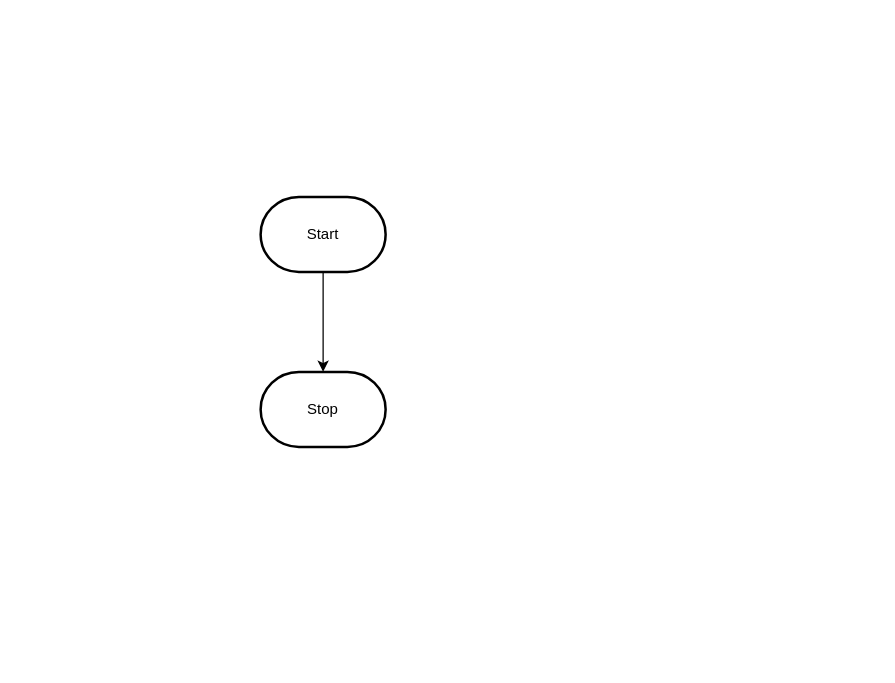
Earlier version of the draw.io diagram design/flowchart.drawio (janet-do/ICS2O-Unit-5-02-janet-do). Source tidied: cells renumbered, new cells numbered last; positions are measured from the earlier drawing's top-left corner, leaving out a move shared by most shapes. Both pictures are drawn from the tidied source at 125%, with x=0, y=0 at pixel (260, 196).
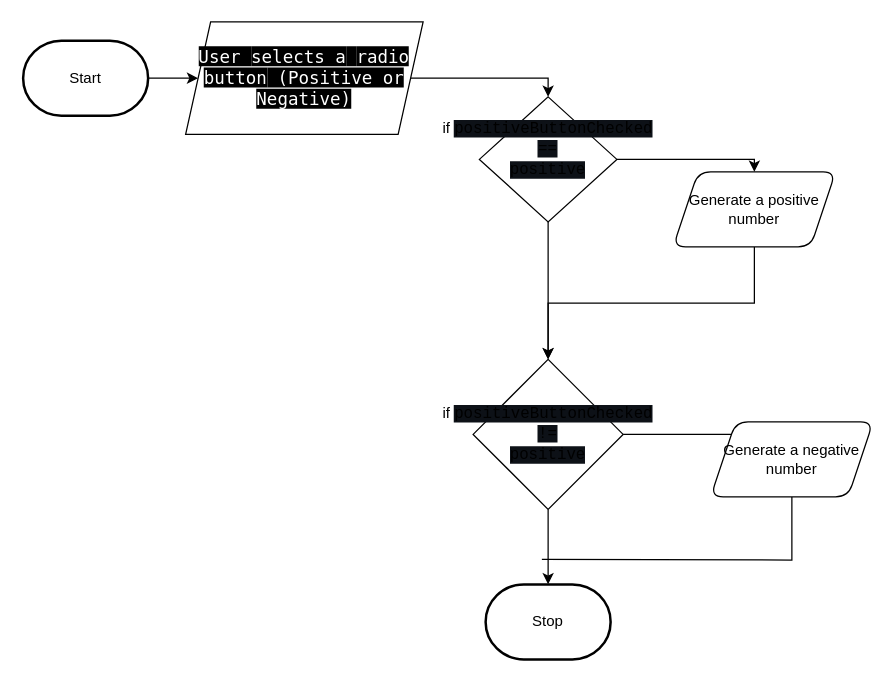
After the change.

The edit, as a diff of the source:
```diff
@@
 <mxGraphModel>
   <root>
     <mxCell id="0" />
     <mxCell id="1" parent="0" />
-    <mxCell id="2" style="edgeStyle=orthogonalEdgeStyle;html=1;rounded=0;" parent="1" edge="1" source="3" target="4">
-      <mxGeometry relative="1" as="geometry" />
-    </mxCell>
+    <mxCell id="5" style="edgeStyle=none;html=1;" parent="1" edge="1" source="3" target="7">
+      <mxGeometry relative="1" as="geometry" />
+    </mxCell>
     <mxCell id="3" value="Start" style="strokeWidth=2;html=1;shape=mxgraph.flowchart.terminator;whiteSpace=wrap;" parent="1" vertex="1">
-      <mxGeometry width="100" height="60" as="geometry" />
+      <mxGeometry x="-190" y="-125" width="100" height="60" as="geometry" />
     </mxCell>
     <mxCell id="4" value="Stop" style="strokeWidth=2;html=1;shape=mxgraph.flowchart.terminator;whiteSpace=wrap;" parent="1" vertex="1">
-      <mxGeometry y="140" width="100" height="60" as="geometry" />
+      <mxGeometry x="180" y="310" width="100" height="60" as="geometry" />
     </mxCell>
+    <mxCell id="6" style="edgeStyle=orthogonalEdgeStyle;shape=connector;html=1;entryX=0.5;entryY=0;entryDx=0;entryDy=0;labelBackgroundColor=default;strokeColor=default;fontFamily=Helvetica;fontSize=11;fontColor=default;endArrow=classic;rounded=0;exitX=1;exitY=0.5;exitDx=0;exitDy=0;" parent="1" edge="1" source="7" target="13">
+      <mxGeometry relative="1" as="geometry" />
+    </mxCell>
+    <mxCell id="7" value="&lt;span style=&quot;border: 0px solid rgb(217, 217, 227); box-sizing: border-box; --tw-border-spacing-x:0; --tw-border-spacing-y:0; --tw-translate-x:0; --tw-translate-y:0; --tw-rotate:0; --tw-skew-x:0; --tw-skew-y:0; --tw-scale-x:1; --tw-scale-y:1; --tw-pan-x: ; --tw-pan-y: ; --tw-pinch-zoom: ; --tw-scroll-snap-strictness:proximity; --tw-ordinal: ; --tw-slashed-zero: ; --tw-numeric-figure: ; --tw-numeric-spacing: ; --tw-numeric-fraction: ; --tw-ring-inset: ; --tw-ring-offset-width:0px; --tw-ring-offset-color:#fff; --tw-ring-color:rgba(59,130,246,0.5); --tw-ring-offset-shadow:0 0 transparent; --tw-ring-shadow:0 0 transparent; --tw-shadow:0 0 transparent; --tw-shadow-colored:0 0 transparent; --tw-blur: ; --tw-brightness: ; --tw-contrast: ; --tw-grayscale: ; --tw-hue-rotate: ; --tw-invert: ; --tw-saturate: ; --tw-sepia: ; --tw-drop-shadow: ; --tw-backdrop-blur: ; --tw-backdrop-brightness: ; --tw-backdrop-contrast: ; --tw-backdrop-grayscale: ; --tw-backdrop-hue-rotate: ; --tw-backdrop-invert: ; --tw-backdrop-opacity: ; --tw-backdrop-saturate: ; --tw-backdrop-sepia: ; color: rgb(255, 255, 255); font-family: &amp;quot;Söhne Mono&amp;quot;, Monaco, &amp;quot;Andale Mono&amp;quot;, &amp;quot;Ubuntu Mono&amp;quot;, monospace; font-size: 14px; text-align: left; background-color: rgb(0, 0, 0);&quot; class=&quot;hljs-selector-tag&quot;&gt;User&lt;/span&gt;&lt;span style=&quot;color: rgb(255, 255, 255); font-family: &amp;quot;Söhne Mono&amp;quot;, Monaco, &amp;quot;Andale Mono&amp;quot;, &amp;quot;Ubuntu Mono&amp;quot;, monospace; font-size: 14px; text-align: left; background-color: rgb(0, 0, 0);&quot;&gt; &lt;/span&gt;&lt;span style=&quot;border: 0px solid rgb(217, 217, 227); box-sizing: border-box; --tw-border-spacing-x:0; --tw-border-spacing-y:0; --tw-translate-x:0; --tw-translate-y:0; --tw-rotate:0; --tw-skew-x:0; --tw-skew-y:0; --tw-scale-x:1; --tw-scale-y:1; --tw-pan-x: ; --tw-pan-y: ; --tw-pinch-zoom: ; --tw-scroll-snap-strictness:proximity; --tw-ordinal: ; --tw-slashed-zero: ; --tw-numeric-figure: ; --tw-numeric-spacing: ; --tw-numeric-fraction: ; --tw-ring-inset: ; --tw-ring-offset-width:0px; --tw-ring-offset-color:#fff; --tw-ring-color:rgba(59,130,246,0.5); --tw-ring-offset-shadow:0 0 transparent; --tw-ring-shadow:0 0 transparent; --tw-shadow:0 0 transparent; --tw-shadow-colored:0 0 transparent; --tw-blur: ; --tw-brightness: ; --tw-contrast: ; --tw-grayscale: ; --tw-hue-rotate: ; --tw-invert: ; --tw-saturate: ; --tw-sepia: ; --tw-drop-shadow: ; --tw-backdrop-blur: ; --tw-backdrop-brightness: ; --tw-backdrop-contrast: ; --tw-backdrop-grayscale: ; --tw-backdrop-hue-rotate: ; --tw-backdrop-invert: ; --tw-backdrop-opacity: ; --tw-backdrop-saturate: ; --tw-backdrop-sepia: ; color: rgb(255, 255, 255); font-family: &amp;quot;Söhne Mono&amp;quot;, Monaco, &amp;quot;Andale Mono&amp;quot;, &amp;quot;Ubuntu Mono&amp;quot;, monospace; font-size: 14px; text-align: left; background-color: rgb(0, 0, 0);&quot; class=&quot;hljs-selector-tag&quot;&gt;selects&lt;/span&gt;&lt;span style=&quot;color: rgb(255, 255, 255); font-family: &amp;quot;Söhne Mono&amp;quot;, Monaco, &amp;quot;Andale Mono&amp;quot;, &amp;quot;Ubuntu Mono&amp;quot;, monospace; font-size: 14px; text-align: left; background-color: rgb(0, 0, 0);&quot;&gt; &lt;/span&gt;&lt;span style=&quot;border: 0px solid rgb(217, 217, 227); box-sizing: border-box; --tw-border-spacing-x:0; --tw-border-spacing-y:0; --tw-translate-x:0; --tw-translate-y:0; --tw-rotate:0; --tw-skew-x:0; --tw-skew-y:0; --tw-scale-x:1; --tw-scale-y:1; --tw-pan-x: ; --tw-pan-y: ; --tw-pinch-zoom: ; --tw-scroll-snap-strictness:proximity; --tw-ordinal: ; --tw-slashed-zero: ; --tw-numeric-figure: ; --tw-numeric-spacing: ; --tw-numeric-fraction: ; --tw-ring-inset: ; --tw-ring-offset-width:0px; --tw-ring-offset-color:#fff; --tw-ring-color:rgba(59,130,246,0.5); --tw-ring-offset-shadow:0 0 transparent; --tw-ring-shadow:0 0 transparent; --tw-shadow:0 0 transparent; --tw-shadow-colored:0 0 transparent; --tw-blur: ; --tw-brightness: ; --tw-contrast: ; --tw-grayscale: ; --tw-hue-rotate: ; --tw-invert: ; --tw-saturate: ; --tw-sepia: ; --tw-drop-shadow: ; --tw-backdrop-blur: ; --tw-backdrop-brightness: ; --tw-backdrop-contrast: ; --tw-backdrop-grayscale: ; --tw-backdrop-hue-rotate: ; --tw-backdrop-invert: ; --tw-backdrop-opacity: ; --tw-backdrop-saturate: ; --tw-backdrop-sepia: ; color: rgb(255, 255, 255); font-family: &amp;quot;Söhne Mono&amp;quot;, Monaco, &amp;quot;Andale Mono&amp;quot;, &amp;quot;Ubuntu Mono&amp;quot;, monospace; font-size: 14px; text-align: left; background-color: rgb(0, 0, 0);&quot; class=&quot;hljs-selector-tag&quot;&gt;a&lt;/span&gt;&lt;span style=&quot;color: rgb(255, 255, 255); font-family: &amp;quot;Söhne Mono&amp;quot;, Monaco, &amp;quot;Andale Mono&amp;quot;, &amp;quot;Ubuntu Mono&amp;quot;, monospace; font-size: 14px; text-align: left; background-color: rgb(0, 0, 0);&quot;&gt; &lt;/span&gt;&lt;span style=&quot;border: 0px solid rgb(217, 217, 227); box-sizing: border-box; --tw-border-spacing-x:0; --tw-border-spacing-y:0; --tw-translate-x:0; --tw-translate-y:0; --tw-rotate:0; --tw-skew-x:0; --tw-skew-y:0; --tw-scale-x:1; --tw-scale-y:1; --tw-pan-x: ; --tw-pan-y: ; --tw-pinch-zoom: ; --tw-scroll-snap-strictness:proximity; --tw-ordinal: ; --tw-slashed-zero: ; --tw-numeric-figure: ; --tw-numeric-spacing: ; --tw-numeric-fraction: ; --tw-ring-inset: ; --tw-ring-offset-width:0px; --tw-ring-offset-color:#fff; --tw-ring-color:rgba(59,130,246,0.5); --tw-ring-offset-shadow:0 0 transparent; --tw-ring-shadow:0 0 transparent; --tw-shadow:0 0 transparent; --tw-shadow-colored:0 0 transparent; --tw-blur: ; --tw-brightness: ; --tw-contrast: ; --tw-grayscale: ; --tw-hue-rotate: ; --tw-invert: ; --tw-saturate: ; --tw-sepia: ; --tw-drop-shadow: ; --tw-backdrop-blur: ; --tw-backdrop-brightness: ; --tw-backdrop-contrast: ; --tw-backdrop-grayscale: ; --tw-backdrop-hue-rotate: ; --tw-backdrop-invert: ; --tw-backdrop-opacity: ; --tw-backdrop-saturate: ; --tw-backdrop-sepia: ; color: rgb(255, 255, 255); font-family: &amp;quot;Söhne Mono&amp;quot;, Monaco, &amp;quot;Andale Mono&amp;quot;, &amp;quot;Ubuntu Mono&amp;quot;, monospace; font-size: 14px; text-align: left; background-color: rgb(0, 0, 0);&quot; class=&quot;hljs-selector-tag&quot;&gt;radio&lt;/span&gt;&lt;span style=&quot;color: rgb(255, 255, 255); font-family: &amp;quot;Söhne Mono&amp;quot;, Monaco, &amp;quot;Andale Mono&amp;quot;, &amp;quot;Ubuntu Mono&amp;quot;, monospace; font-size: 14px; text-align: left; background-color: rgb(0, 0, 0);&quot;&gt; &lt;/span&gt;&lt;span style=&quot;border: 0px solid rgb(217, 217, 227); box-sizing: border-box; --tw-border-spacing-x:0; --tw-border-spacing-y:0; --tw-translate-x:0; --tw-translate-y:0; --tw-rotate:0; --tw-skew-x:0; --tw-skew-y:0; --tw-scale-x:1; --tw-scale-y:1; --tw-pan-x: ; --tw-pan-y: ; --tw-pinch-zoom: ; --tw-scroll-snap-strictness:proximity; --tw-ordinal: ; --tw-slashed-zero: ; --tw-numeric-figure: ; --tw-numeric-spacing: ; --tw-numeric-fraction: ; --tw-ring-inset: ; --tw-ring-offset-width:0px; --tw-ring-offset-color:#fff; --tw-ring-color:rgba(59,130,246,0.5); --tw-ring-offset-shadow:0 0 transparent; --tw-ring-shadow:0 0 transparent; --tw-shadow:0 0 transparent; --tw-shadow-colored:0 0 transparent; --tw-blur: ; --tw-brightness: ; --tw-contrast: ; --tw-grayscale: ; --tw-hue-rotate: ; --tw-invert: ; --tw-saturate: ; --tw-sepia: ; --tw-drop-shadow: ; --tw-backdrop-blur: ; --tw-backdrop-brightness: ; --tw-backdrop-contrast: ; --tw-backdrop-grayscale: ; --tw-backdrop-hue-rotate: ; --tw-backdrop-invert: ; --tw-backdrop-opacity: ; --tw-backdrop-saturate: ; --tw-backdrop-sepia: ; color: rgb(255, 255, 255); font-family: &amp;quot;Söhne Mono&amp;quot;, Monaco, &amp;quot;Andale Mono&amp;quot;, &amp;quot;Ubuntu Mono&amp;quot;, monospace; font-size: 14px; text-align: left; background-color: rgb(0, 0, 0);&quot; class=&quot;hljs-selector-tag&quot;&gt;button&lt;/span&gt;&lt;span style=&quot;color: rgb(255, 255, 255); font-family: &amp;quot;Söhne Mono&amp;quot;, Monaco, &amp;quot;Andale Mono&amp;quot;, &amp;quot;Ubuntu Mono&amp;quot;, monospace; font-size: 14px; text-align: left; background-color: rgb(0, 0, 0);&quot;&gt; (Positive or Negative)&lt;/span&gt;" style="shape=parallelogram;perimeter=parallelogramPerimeter;whiteSpace=wrap;html=1;fixedSize=1;" parent="1" vertex="1">
+      <mxGeometry x="-60" y="-140" width="190" height="90" as="geometry" />
+    </mxCell>
+    <mxCell id="8" style="edgeStyle=orthogonalEdgeStyle;rounded=0;html=1;exitX=1;exitY=0.5;exitDx=0;exitDy=0;entryX=0.5;entryY=0;entryDx=0;entryDy=0;" parent="1" edge="1" source="10" target="16">
+      <mxGeometry relative="1" as="geometry">
+        <Array as="points">
+          <mxPoint x="425" y="190" />
+        </Array>
+      </mxGeometry>
+    </mxCell>
+    <mxCell id="9" style="edgeStyle=orthogonalEdgeStyle;html=1;exitX=0.5;exitY=1;exitDx=0;exitDy=0;entryX=0.5;entryY=0;entryDx=0;entryDy=0;rounded=0;entryPerimeter=0;" parent="1" edge="1" source="10" target="4">
+      <mxGeometry relative="1" as="geometry" />
+    </mxCell>
+    <mxCell id="10" value="if&amp;nbsp;&lt;span style=&quot;background-color: rgb(13, 17, 23); font-family: Consolas, &amp;quot;Courier New&amp;quot;, monospace; font-size: 12.6px;&quot;&gt;positiveButtonChecked&lt;br&gt;!=&lt;br&gt;positive&lt;br&gt;&lt;/span&gt;" style="rhombus;whiteSpace=wrap;html=1;rounded=0;" parent="1" vertex="1">
+      <mxGeometry x="170" y="130" width="120" height="120" as="geometry" />
+    </mxCell>
+    <mxCell id="11" style="edgeStyle=orthogonalEdgeStyle;rounded=0;html=1;" parent="1" edge="1" source="13" target="10">
+      <mxGeometry relative="1" as="geometry" />
+    </mxCell>
+    <mxCell id="12" style="edgeStyle=orthogonalEdgeStyle;rounded=0;html=1;exitX=1;exitY=0.5;exitDx=0;exitDy=0;entryX=0.5;entryY=0;entryDx=0;entryDy=0;" parent="1" edge="1" source="13" target="15">
+      <mxGeometry relative="1" as="geometry" />
+    </mxCell>
+    <mxCell id="13" value="if&amp;nbsp;&lt;span style=&quot;background-color: rgb(13, 17, 23); font-family: Consolas, &amp;quot;Courier New&amp;quot;, monospace; font-size: 12.6px;&quot;&gt;positiveButtonChecked&lt;br&gt;==&lt;br&gt;positive&lt;br&gt;&lt;br&gt;&lt;/span&gt;" style="rhombus;whiteSpace=wrap;html=1;rounded=0;" parent="1" vertex="1">
+      <mxGeometry x="175" y="-80" width="110" height="100" as="geometry" />
+    </mxCell>
+    <mxCell id="14" style="edgeStyle=orthogonalEdgeStyle;rounded=0;html=1;exitX=0.5;exitY=1;exitDx=0;exitDy=0;entryX=0.5;entryY=0;entryDx=0;entryDy=0;" parent="1" edge="1" source="15" target="10">
+      <mxGeometry relative="1" as="geometry" />
+    </mxCell>
+    <mxCell id="15" value="Generate a positive number" style="shape=parallelogram;perimeter=parallelogramPerimeter;whiteSpace=wrap;html=1;fixedSize=1;rounded=1;" parent="1" vertex="1">
+      <mxGeometry x="330" y="-20" width="130" height="60" as="geometry" />
+    </mxCell>
+    <mxCell id="16" value="Generate a negative number" style="shape=parallelogram;perimeter=parallelogramPerimeter;whiteSpace=wrap;html=1;fixedSize=1;rounded=1;" parent="1" vertex="1">
+      <mxGeometry x="360" y="180" width="130" height="60" as="geometry" />
+    </mxCell>
+    <mxCell id="17" style="endArrow=none;html=1;rounded=0;edgeStyle=orthogonalEdgeStyle;entryX=0.5;entryY=1;entryDx=0;entryDy=0;" parent="1" edge="1" target="16">
+      <mxGeometry relative="1" as="geometry">
+        <mxPoint x="225" y="290" as="sourcePoint" />
+      </mxGeometry>
+    </mxCell>
   </root>
 </mxGraphModel>
```
